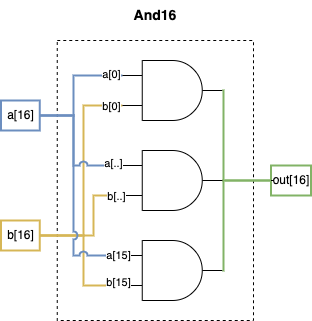
Above: course1/project1/diagrams/and16.png in pwbrown/nand2tetris (draw.io), before the change. Source tidied: cells renumbered, new cells last; positions are measured from the earlier drawing's top-left corner, leaving out a move shared by most shapes.
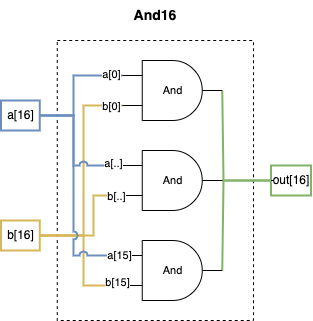
Later version of the same file.

Diff of the diagram source:
```diff
@@ -31,7 +31,7 @@
         </Array>
       </mxGeometry>
     </mxCell>
-    <mxCell id="9" style="verticalLabelPosition=bottom;shadow=0;dashed=0;align=center;html=1;verticalAlign=top;shape=mxgraph.electrical.logic_gates.logic_gate;operation=and;fontFamily=Helvetica;fontSize=11;fontColor=default;labelBackgroundColor=default;" parent="1" vertex="1">
+    <mxCell id="9" value="And" style="verticalLabelPosition=middle;shadow=0;dashed=0;align=center;html=1;verticalAlign=middle;shape=mxgraph.electrical.logic_gates.logic_gate;operation=and;fontFamily=Helvetica;fontSize=11;fontColor=default;labelBackgroundColor=default;labelPosition=center;" parent="1" vertex="1">
       <mxGeometry x="120.8" y="60" width="100" height="60" as="geometry" />
     </mxCell>
     <mxCell id="10" style="edgeStyle=orthogonalEdgeStyle;shape=connector;rounded=0;jettySize=auto;html=1;exitX=1;exitY=0.5;exitDx=0;exitDy=0;exitPerimeter=0;entryX=0;entryY=0.5;entryDx=0;entryDy=0;strokeColor=default;align=center;verticalAlign=middle;fontFamily=Helvetica;fontSize=11;fontColor=default;labelBackgroundColor=default;startFill=0;endArrow=none;" parent="1" edge="1" source="11" target="4">
@@ -42,7 +42,7 @@
         </Array>
       </mxGeometry>
     </mxCell>
-    <mxCell id="11" style="verticalLabelPosition=bottom;shadow=0;dashed=0;align=center;html=1;verticalAlign=top;shape=mxgraph.electrical.logic_gates.logic_gate;operation=and;fontFamily=Helvetica;fontSize=11;fontColor=default;labelBackgroundColor=default;" parent="1" vertex="1">
+    <mxCell id="11" value="And" style="verticalLabelPosition=middle;shadow=0;dashed=0;align=center;html=1;verticalAlign=middle;shape=mxgraph.electrical.logic_gates.logic_gate;operation=and;fontFamily=Helvetica;fontSize=11;fontColor=default;labelBackgroundColor=default;labelPosition=center;" parent="1" vertex="1">
       <mxGeometry x="120.8" y="150" width="100" height="60" as="geometry" />
     </mxCell>
     <mxCell id="12" style="edgeStyle=orthogonalEdgeStyle;shape=connector;rounded=0;jettySize=auto;html=1;exitX=1;exitY=0.5;exitDx=0;exitDy=0;exitPerimeter=0;entryX=0;entryY=0.5;entryDx=0;entryDy=0;strokeColor=#82b366;align=center;verticalAlign=middle;fontFamily=Helvetica;fontSize=11;fontColor=default;labelBackgroundColor=default;startFill=0;endArrow=none;fillColor=#d5e8d4;strokeWidth=2;" parent="1" edge="1" source="13" target="4">
@@ -53,7 +53,7 @@
         </Array>
       </mxGeometry>
     </mxCell>
-    <mxCell id="13" style="verticalLabelPosition=bottom;shadow=0;dashed=0;align=center;html=1;verticalAlign=top;shape=mxgraph.electrical.logic_gates.logic_gate;operation=and;fontFamily=Helvetica;fontSize=11;fontColor=default;labelBackgroundColor=default;" parent="1" vertex="1">
+    <mxCell id="13" value="And" style="verticalLabelPosition=middle;shadow=0;dashed=0;align=center;html=1;verticalAlign=middle;shape=mxgraph.electrical.logic_gates.logic_gate;operation=and;fontFamily=Helvetica;fontSize=11;fontColor=default;labelBackgroundColor=default;labelPosition=center;" parent="1" vertex="1">
       <mxGeometry x="120.8" y="240" width="100" height="60" as="geometry" />
     </mxCell>
     <mxCell id="14" style="edgeStyle=orthogonalEdgeStyle;shape=connector;rounded=0;jettySize=auto;html=1;exitX=1;exitY=0.5;exitDx=0;exitDy=0;entryX=0;entryY=0.25;entryDx=0;entryDy=0;entryPerimeter=0;strokeColor=#6c8ebf;align=center;verticalAlign=middle;fontFamily=Helvetica;fontSize=11;fontColor=default;labelBackgroundColor=default;startFill=0;endArrow=none;fillColor=#dae8fc;strokeWidth=2;" parent="1" edge="1" source="5" target="9">
```
